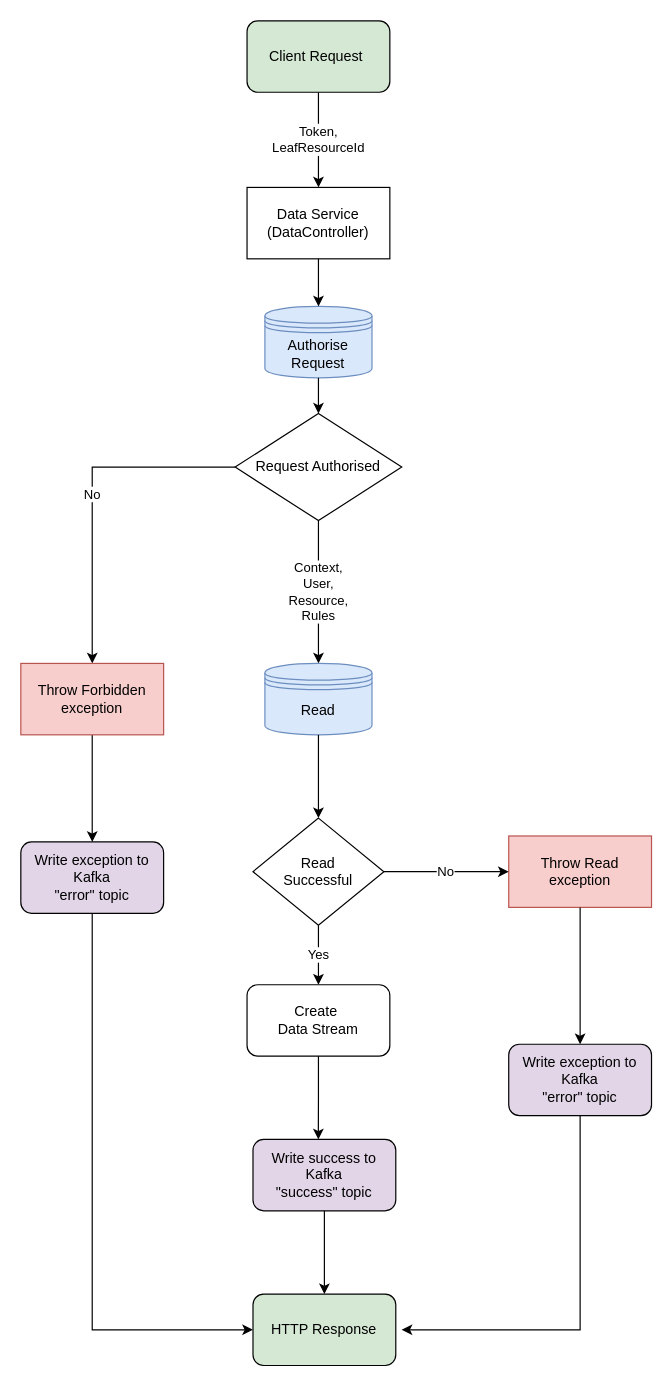
Before: data-service/doc/data-service.drawio in gchq/Palisade-services, a draw.io diagram. Source tidied: cells renumbered, new cells numbered last; positions are measured from the earlier drawing's top-left corner, leaving out a move shared by most shapes. Both pictures are drawn from the tidied source at 119%, with x=0, y=0 at pixel (20, 20).
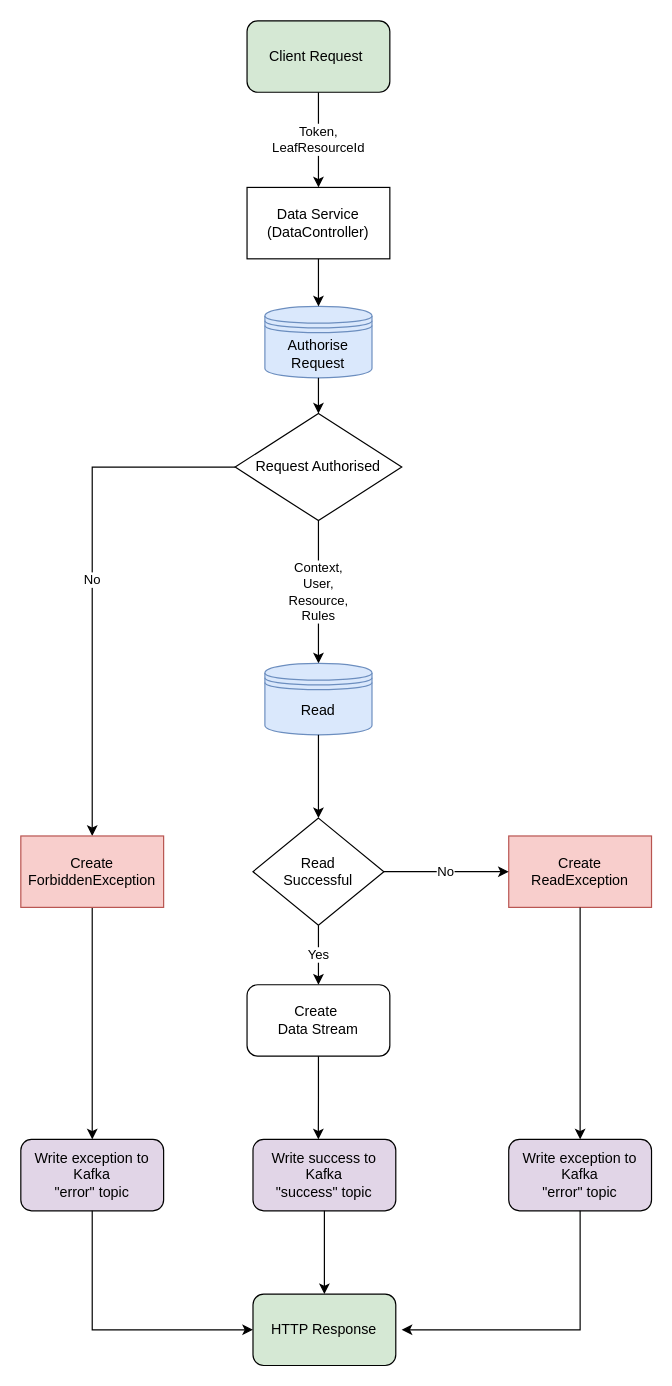
The same page after the edit.

Diff of the diagram source:
```diff
@@
-    <mxCell id="6" value="Throw Forbidden exception" style="rounded=0;whiteSpace=wrap;html=1;fillColor=#f8cecc;strokeColor=#b85450;" parent="1" vertex="1">
-      <mxGeometry y="540" width="120" height="60" as="geometry" />
+    <mxCell id="6" value="Create ForbiddenException" style="rounded=0;whiteSpace=wrap;html=1;fillColor=#f8cecc;strokeColor=#b85450;" parent="1" vertex="1">
+      <mxGeometry y="685" width="120" height="60" as="geometry" />
     </mxCell>
     <mxCell id="7" value="&lt;div&gt;&lt;span&gt;Write exception to Kafka&lt;/span&gt;&lt;/div&gt;&lt;div&gt;&lt;span&gt;&quot;error&quot; topic&lt;br&gt;&lt;/span&gt;&lt;/div&gt;" style="rounded=1;whiteSpace=wrap;html=1;fillColor=#E1D5E7;" parent="1" vertex="1">
-      <mxGeometry y="690" width="120" height="60" as="geometry" />
+      <mxGeometry y="940" width="120" height="60" as="geometry" />
     </mxCell>
@@
-    <mxCell id="14" value="Throw Read exception" style="rounded=0;whiteSpace=wrap;html=1;fillColor=#f8cecc;strokeColor=#b85450;" parent="1" vertex="1">
+    <mxCell id="14" value="Create ReadException" style="rounded=0;whiteSpace=wrap;html=1;fillColor=#f8cecc;strokeColor=#b85450;" parent="1" vertex="1">
       <mxGeometry x="410" y="685" width="120" height="60" as="geometry" />
     </mxCell>
@@
     <mxCell id="16" value="&lt;div&gt;&lt;span&gt;Write exception to Kafka&lt;/span&gt;&lt;/div&gt;&lt;div&gt;&lt;span&gt;&quot;error&quot; topic&lt;br&gt;&lt;/span&gt;&lt;/div&gt;" style="rounded=1;whiteSpace=wrap;html=1;fillColor=#E1D5E7;" parent="1" vertex="1">
-      <mxGeometry x="410" y="860" width="120" height="60" as="geometry" />
+      <mxGeometry x="410" y="940" width="120" height="60" as="geometry" />
     </mxCell>
@@
-    <mxCell id="18" style="edgeStyle=orthogonalEdgeStyle;rounded=0;jettySize=auto;html=1;exitX=0.5;exitY=1;exitDx=0;exitDy=0;" parent="1" edge="1" source="14">
-      <mxGeometry relative="1" as="geometry">
-        <mxPoint x="470" y="860" as="targetPoint" />
-      </mxGeometry>
+    <mxCell id="18" style="edgeStyle=orthogonalEdgeStyle;rounded=0;jettySize=auto;html=1;exitX=0.5;exitY=1;exitDx=0;exitDy=0;entryX=0.5;entryY=0;entryDx=0;entryDy=0;" parent="1" edge="1" source="14" target="16">
+      <mxGeometry relative="1" as="geometry" />
     </mxCell>
```
